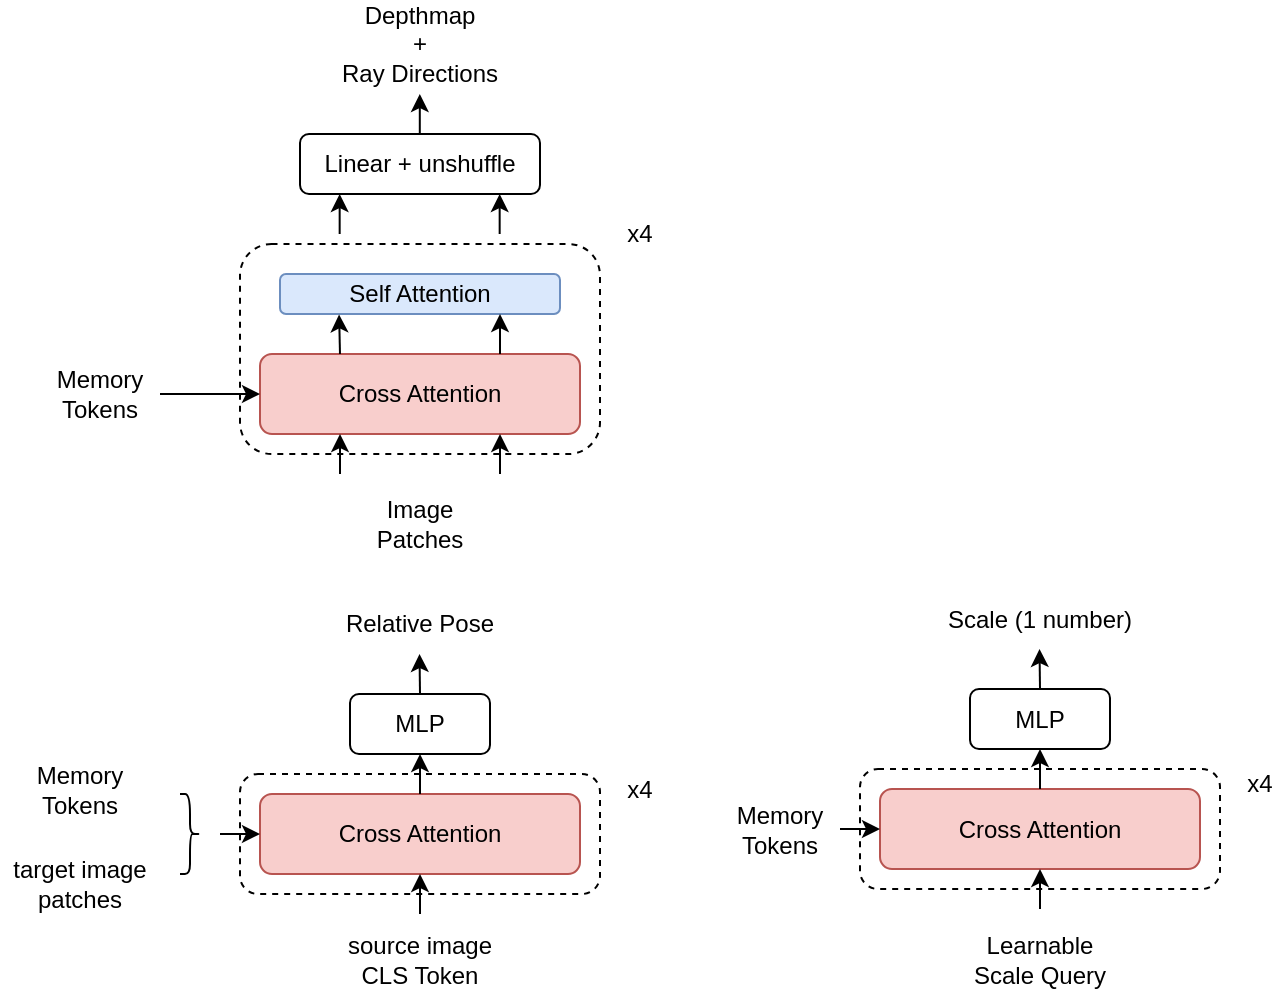
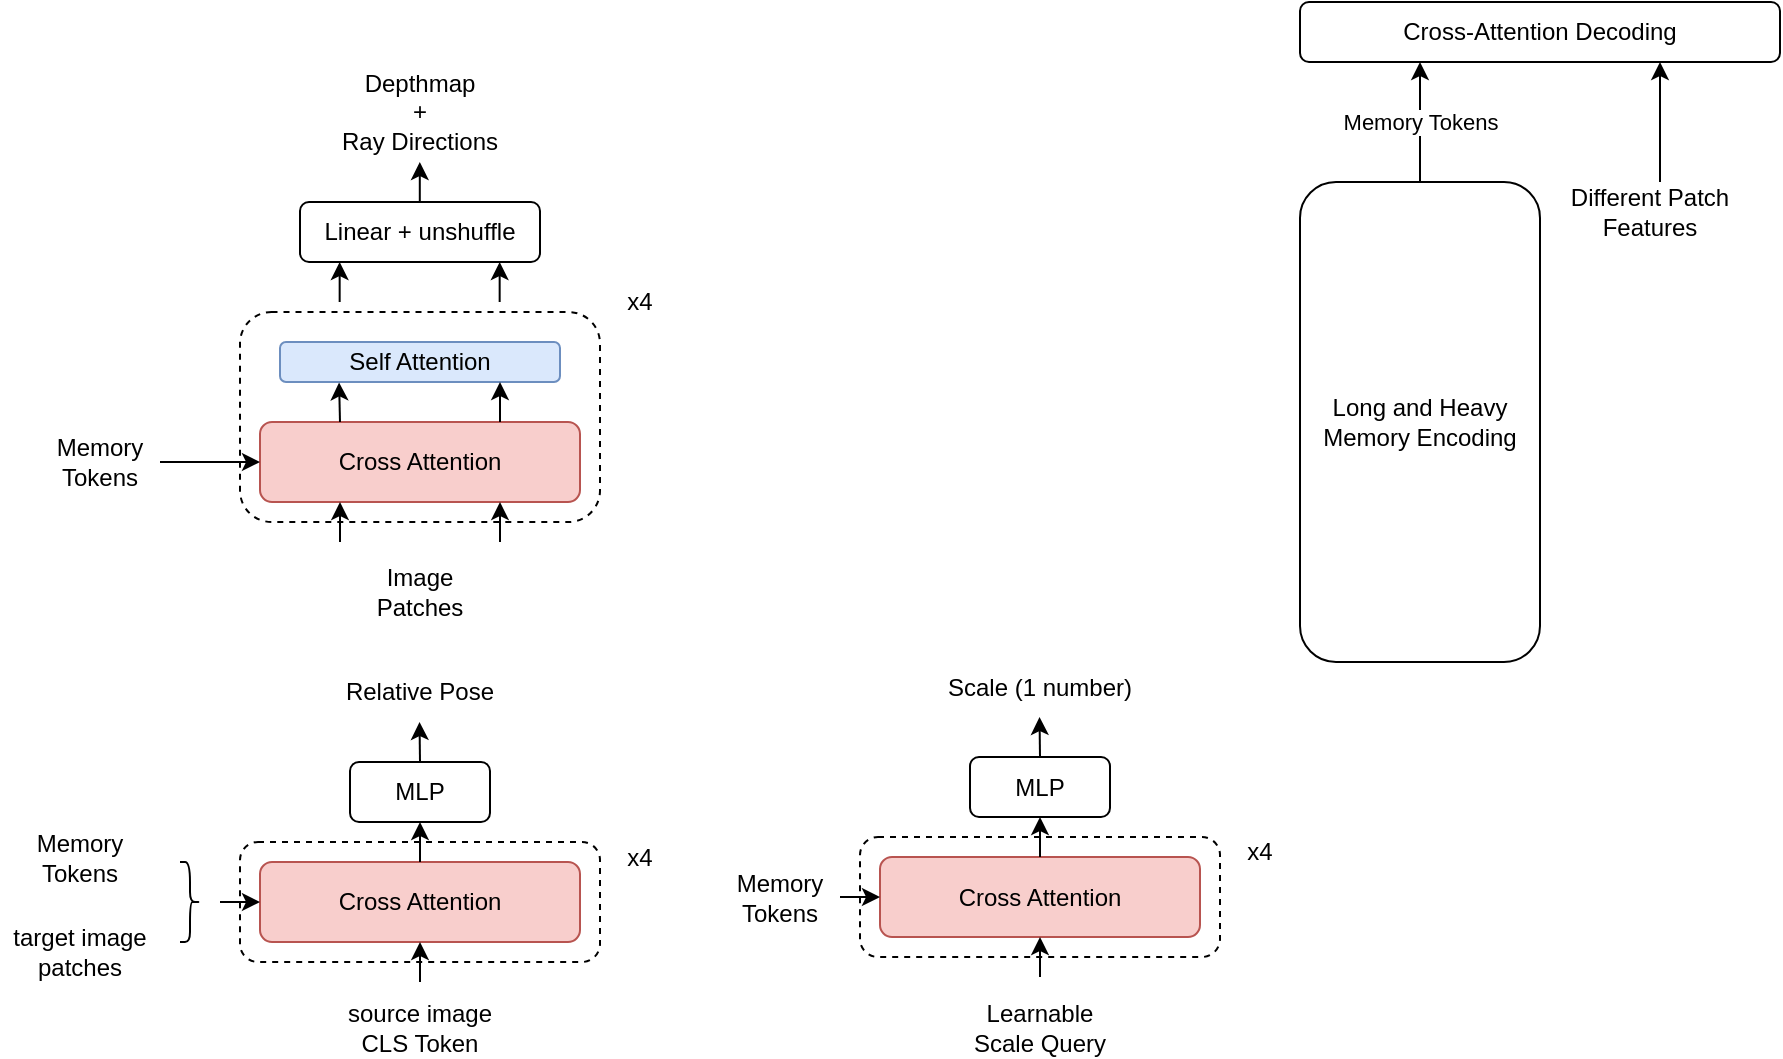
<mxfile host="app.diagrams.net">
  <diagram name="Page-1" id="LQt2_Hfh7H6-ZKKHvrbg">
-     <mxGraphModel dx="2028" dy="685" grid="1" gridSize="10" guides="1" tooltips="1" connect="1" arrows="1" fold="1" page="1" pageScale="1" pageWidth="850" pageHeight="1100" math="0" shadow="0">
+     <mxGraphModel dx="1523" dy="391" grid="1" gridSize="10" guides="1" tooltips="1" connect="1" arrows="1" fold="1" page="1" pageScale="1" pageWidth="850" pageHeight="1100" math="0" shadow="0">
      <root>
        <mxCell id="0" />
        <mxCell id="1" parent="0" />
        <mxCell id="Kup8zPqzDn_rHlbHAEMb-9" parent="1" style="rounded=1;whiteSpace=wrap;html=1;dashed=1;" value="" vertex="1">
          <mxGeometry height="105" width="180" x="30" y="185" as="geometry" />
        </mxCell>
        <mxCell id="Kup8zPqzDn_rHlbHAEMb-1" parent="1" style="text;html=1;whiteSpace=wrap;strokeColor=none;fillColor=none;align=center;verticalAlign=middle;rounded=0;" value="Memory&lt;div&gt;Tokens&lt;/div&gt;" vertex="1">
          <mxGeometry height="30" width="60" x="-70" y="245" as="geometry" />
        </mxCell>
        <mxCell id="Kup8zPqzDn_rHlbHAEMb-2" parent="1" style="rounded=1;whiteSpace=wrap;html=1;fillColor=#f8cecc;strokeColor=#b85450;" value="Cross Attention" vertex="1">
          <mxGeometry height="40" width="160" x="40" y="240" as="geometry" />
        </mxCell>
        <mxCell id="Kup8zPqzDn_rHlbHAEMb-3" parent="1" style="rounded=1;whiteSpace=wrap;html=1;fillColor=#dae8fc;strokeColor=#6c8ebf;" value="Self Attention" vertex="1">
          <mxGeometry height="20" width="140" x="50" y="200" as="geometry" />
        </mxCell>
        <mxCell id="Kup8zPqzDn_rHlbHAEMb-4" edge="1" parent="1" source="Kup8zPqzDn_rHlbHAEMb-1" style="endArrow=classic;html=1;rounded=0;exitX=1;exitY=0.5;exitDx=0;exitDy=0;entryX=0;entryY=0.5;entryDx=0;entryDy=0;" target="Kup8zPqzDn_rHlbHAEMb-2" value="">
          <mxGeometry height="50" relative="1" width="50" as="geometry">
            <mxPoint x="-30" y="350" as="sourcePoint" />
            <mxPoint x="20" y="300" as="targetPoint" />
          </mxGeometry>
        </mxCell>
        <mxCell id="Kup8zPqzDn_rHlbHAEMb-5" edge="1" parent="1" source="Kup8zPqzDn_rHlbHAEMb-2" style="endArrow=classic;html=1;rounded=0;exitX=0.25;exitY=0;exitDx=0;exitDy=0;entryX=0.211;entryY=1.01;entryDx=0;entryDy=0;entryPerimeter=0;" target="Kup8zPqzDn_rHlbHAEMb-3" value="">
          <mxGeometry height="50" relative="1" width="50" as="geometry">
            <mxPoint x="80" y="350" as="sourcePoint" />
            <mxPoint x="130" y="300" as="targetPoint" />
          </mxGeometry>
        </mxCell>
        <mxCell id="Kup8zPqzDn_rHlbHAEMb-6" edge="1" parent="1" style="endArrow=classic;html=1;rounded=0;exitX=0.25;exitY=0;exitDx=0;exitDy=0;entryX=0.211;entryY=1.01;entryDx=0;entryDy=0;entryPerimeter=0;" value="">
          <mxGeometry height="50" relative="1" width="50" as="geometry">
            <mxPoint x="160" y="240" as="sourcePoint" />
            <mxPoint x="160" y="220" as="targetPoint" />
          </mxGeometry>
        </mxCell>
        <mxCell id="Kup8zPqzDn_rHlbHAEMb-7" edge="1" parent="1" style="endArrow=classic;html=1;rounded=0;entryX=0.25;entryY=1;entryDx=0;entryDy=0;" target="Kup8zPqzDn_rHlbHAEMb-2" value="">
          <mxGeometry height="50" relative="1" width="50" as="geometry">
            <mxPoint x="80" y="300" as="sourcePoint" />
            <mxPoint x="90" y="300" as="targetPoint" />
          </mxGeometry>
        </mxCell>
        <mxCell id="Kup8zPqzDn_rHlbHAEMb-8" edge="1" parent="1" style="endArrow=classic;html=1;rounded=0;entryX=0.25;entryY=1;entryDx=0;entryDy=0;" value="">
          <mxGeometry height="50" relative="1" width="50" as="geometry">
            <mxPoint x="160" y="300" as="sourcePoint" />
            <mxPoint x="160" y="280" as="targetPoint" />
          </mxGeometry>
        </mxCell>
        <mxCell id="Kup8zPqzDn_rHlbHAEMb-10" parent="1" style="text;html=1;whiteSpace=wrap;strokeColor=none;fillColor=none;align=center;verticalAlign=middle;rounded=0;" value="Image Patches" vertex="1">
          <mxGeometry height="30" width="60" x="90" y="310" as="geometry" />
        </mxCell>
        <mxCell id="Kup8zPqzDn_rHlbHAEMb-11" parent="1" style="text;html=1;whiteSpace=wrap;strokeColor=none;fillColor=none;align=center;verticalAlign=middle;rounded=0;" value="x4" vertex="1">
          <mxGeometry height="20" width="20" x="220" y="170" as="geometry" />
        </mxCell>
        <mxCell id="Kup8zPqzDn_rHlbHAEMb-12" edge="1" parent="1" style="endArrow=classic;html=1;rounded=0;entryX=0.25;entryY=1;entryDx=0;entryDy=0;" value="">
          <mxGeometry height="50" relative="1" width="50" as="geometry">
            <mxPoint x="79.82999999999998" y="180" as="sourcePoint" />
            <mxPoint x="79.82999999999998" y="160" as="targetPoint" />
          </mxGeometry>
        </mxCell>
        <mxCell id="Kup8zPqzDn_rHlbHAEMb-13" edge="1" parent="1" style="endArrow=classic;html=1;rounded=0;entryX=0.25;entryY=1;entryDx=0;entryDy=0;" value="">
          <mxGeometry height="50" relative="1" width="50" as="geometry">
            <mxPoint x="159.82999999999998" y="180" as="sourcePoint" />
            <mxPoint x="159.82999999999998" y="160" as="targetPoint" />
          </mxGeometry>
        </mxCell>
        <mxCell id="Kup8zPqzDn_rHlbHAEMb-14" parent="1" style="text;html=1;whiteSpace=wrap;strokeColor=none;fillColor=none;align=center;verticalAlign=middle;rounded=0;" value="Depthmap&lt;div&gt;+&lt;/div&gt;&lt;div&gt;Ray Directions&lt;/div&gt;" vertex="1">
          <mxGeometry height="30" width="100" x="70" y="70" as="geometry" />
        </mxCell>
        <mxCell id="Kup8zPqzDn_rHlbHAEMb-16" parent="1" style="rounded=1;whiteSpace=wrap;html=1;dashed=1;" value="" vertex="1">
          <mxGeometry height="60" width="180" x="30" y="450" as="geometry" />
        </mxCell>
        <mxCell id="Kup8zPqzDn_rHlbHAEMb-17" parent="1" style="rounded=1;whiteSpace=wrap;html=1;fillColor=#f8cecc;strokeColor=#b85450;" value="Cross Attention" vertex="1">
          <mxGeometry height="40" width="160" x="40" y="460" as="geometry" />
        </mxCell>
        <mxCell id="Kup8zPqzDn_rHlbHAEMb-19" edge="1" parent="1" style="endArrow=classic;html=1;rounded=0;entryX=0;entryY=0.5;entryDx=0;entryDy=0;" target="Kup8zPqzDn_rHlbHAEMb-17" value="">
          <mxGeometry height="50" relative="1" width="50" as="geometry">
            <mxPoint x="20" y="480" as="sourcePoint" />
            <mxPoint x="20" y="520" as="targetPoint" />
          </mxGeometry>
        </mxCell>
        <mxCell id="Kup8zPqzDn_rHlbHAEMb-20" edge="1" parent="1" source="Kup8zPqzDn_rHlbHAEMb-17" style="endArrow=classic;html=1;rounded=0;exitX=0.5;exitY=0;exitDx=0;exitDy=0;entryX=0.5;entryY=1;entryDx=0;entryDy=0;" target="Kup8zPqzDn_rHlbHAEMb-31" value="">
          <mxGeometry height="50" relative="1" width="50" as="geometry">
            <mxPoint x="120" y="460" as="sourcePoint" />
            <mxPoint x="119.53999999999996" y="440.20000000000005" as="targetPoint" />
          </mxGeometry>
        </mxCell>
        <mxCell id="Kup8zPqzDn_rHlbHAEMb-22" edge="1" parent="1" style="endArrow=classic;html=1;rounded=0;entryX=0.25;entryY=1;entryDx=0;entryDy=0;" value="">
          <mxGeometry height="50" relative="1" width="50" as="geometry">
            <mxPoint x="120" y="520" as="sourcePoint" />
            <mxPoint x="120" y="500" as="targetPoint" />
          </mxGeometry>
        </mxCell>
        <mxCell id="Kup8zPqzDn_rHlbHAEMb-24" parent="1" style="text;html=1;whiteSpace=wrap;strokeColor=none;fillColor=none;align=center;verticalAlign=middle;rounded=0;" value="source image CLS Token" vertex="1">
          <mxGeometry height="30" width="100" x="70" y="527.5" as="geometry" />
        </mxCell>
        <mxCell id="Kup8zPqzDn_rHlbHAEMb-25" parent="1" style="text;html=1;whiteSpace=wrap;strokeColor=none;fillColor=none;align=center;verticalAlign=middle;rounded=0;" value="x4" vertex="1">
          <mxGeometry height="20" width="20" x="220" y="447.5" as="geometry" />
        </mxCell>
        <mxCell id="Kup8zPqzDn_rHlbHAEMb-28" parent="1" style="text;html=1;whiteSpace=wrap;strokeColor=none;fillColor=none;align=center;verticalAlign=middle;rounded=0;" value="Relative Pose" vertex="1">
          <mxGeometry height="30" width="100" x="70" y="360" as="geometry" />
        </mxCell>
        <mxCell id="Kup8zPqzDn_rHlbHAEMb-29" parent="1" style="text;html=1;whiteSpace=wrap;strokeColor=none;fillColor=none;align=center;verticalAlign=middle;rounded=0;" value="Memory&lt;div&gt;Tokens&lt;/div&gt;" vertex="1">
          <mxGeometry height="30" width="80" x="-90" y="442.5" as="geometry" />
        </mxCell>
        <mxCell id="Kup8zPqzDn_rHlbHAEMb-31" parent="1" style="rounded=1;whiteSpace=wrap;html=1;" value="MLP" vertex="1">
          <mxGeometry height="30" width="70" x="85" y="410" as="geometry" />
        </mxCell>
        <mxCell id="Kup8zPqzDn_rHlbHAEMb-33" edge="1" parent="1" source="Kup8zPqzDn_rHlbHAEMb-31" style="endArrow=classic;html=1;rounded=0;exitX=0.5;exitY=0;exitDx=0;exitDy=0;entryX=0.211;entryY=1.01;entryDx=0;entryDy=0;entryPerimeter=0;" value="">
          <mxGeometry height="50" relative="1" width="50" as="geometry">
            <mxPoint x="120.22000000000003" y="409.79999999999995" as="sourcePoint" />
            <mxPoint x="119.75999999999999" y="390" as="targetPoint" />
          </mxGeometry>
        </mxCell>
        <mxCell id="Kup8zPqzDn_rHlbHAEMb-34" parent="1" style="rounded=1;whiteSpace=wrap;html=1;dashed=1;" value="" vertex="1">
          <mxGeometry height="60" width="180" x="340" y="447.5" as="geometry" />
        </mxCell>
        <mxCell id="Kup8zPqzDn_rHlbHAEMb-35" parent="1" style="rounded=1;whiteSpace=wrap;html=1;fillColor=#f8cecc;strokeColor=#b85450;" value="Cross Attention" vertex="1">
          <mxGeometry height="40" width="160" x="350" y="457.5" as="geometry" />
        </mxCell>
        <mxCell id="Kup8zPqzDn_rHlbHAEMb-36" edge="1" parent="1" style="endArrow=classic;html=1;rounded=0;entryX=0;entryY=0.5;entryDx=0;entryDy=0;" target="Kup8zPqzDn_rHlbHAEMb-35" value="">
          <mxGeometry height="50" relative="1" width="50" as="geometry">
            <mxPoint x="330" y="477.5" as="sourcePoint" />
            <mxPoint x="330" y="517.5" as="targetPoint" />
          </mxGeometry>
        </mxCell>
        <mxCell id="Kup8zPqzDn_rHlbHAEMb-37" edge="1" parent="1" source="Kup8zPqzDn_rHlbHAEMb-35" style="endArrow=classic;html=1;rounded=0;exitX=0.5;exitY=0;exitDx=0;exitDy=0;entryX=0.5;entryY=1;entryDx=0;entryDy=0;" target="Kup8zPqzDn_rHlbHAEMb-43" value="">
          <mxGeometry height="50" relative="1" width="50" as="geometry">
            <mxPoint x="430" y="457.5" as="sourcePoint" />
            <mxPoint x="429.53999999999996" y="437.70000000000005" as="targetPoint" />
          </mxGeometry>
        </mxCell>
        <mxCell id="Kup8zPqzDn_rHlbHAEMb-38" edge="1" parent="1" style="endArrow=classic;html=1;rounded=0;entryX=0.25;entryY=1;entryDx=0;entryDy=0;" value="">
          <mxGeometry height="50" relative="1" width="50" as="geometry">
            <mxPoint x="430" y="517.5" as="sourcePoint" />
            <mxPoint x="430" y="497.5" as="targetPoint" />
          </mxGeometry>
        </mxCell>
        <mxCell id="Kup8zPqzDn_rHlbHAEMb-39" parent="1" style="text;html=1;whiteSpace=wrap;strokeColor=none;fillColor=none;align=center;verticalAlign=middle;rounded=0;" value="Learnable&lt;div&gt;Scale Query&lt;/div&gt;" vertex="1">
          <mxGeometry height="30" width="90" x="385" y="527.5" as="geometry" />
        </mxCell>
        <mxCell id="Kup8zPqzDn_rHlbHAEMb-40" parent="1" style="text;html=1;whiteSpace=wrap;strokeColor=none;fillColor=none;align=center;verticalAlign=middle;rounded=0;" value="x4" vertex="1">
          <mxGeometry height="20" width="20" x="530" y="445" as="geometry" />
        </mxCell>
        <mxCell id="Kup8zPqzDn_rHlbHAEMb-41" parent="1" style="text;html=1;whiteSpace=wrap;strokeColor=none;fillColor=none;align=center;verticalAlign=middle;rounded=0;" value="Scale (1 number)" vertex="1">
          <mxGeometry height="30" width="100" x="380" y="357.5" as="geometry" />
        </mxCell>
        <mxCell id="Kup8zPqzDn_rHlbHAEMb-42" parent="1" style="text;html=1;whiteSpace=wrap;strokeColor=none;fillColor=none;align=center;verticalAlign=middle;rounded=0;" value="Memory&lt;div&gt;Tokens&lt;/div&gt;" vertex="1">
          <mxGeometry height="30" width="60" x="270" y="462.5" as="geometry" />
        </mxCell>
        <mxCell id="Kup8zPqzDn_rHlbHAEMb-43" parent="1" style="rounded=1;whiteSpace=wrap;html=1;" value="MLP" vertex="1">
          <mxGeometry height="30" width="70" x="395" y="407.5" as="geometry" />
        </mxCell>
        <mxCell id="Kup8zPqzDn_rHlbHAEMb-44" edge="1" parent="1" source="Kup8zPqzDn_rHlbHAEMb-43" style="endArrow=classic;html=1;rounded=0;exitX=0.5;exitY=0;exitDx=0;exitDy=0;entryX=0.211;entryY=1.01;entryDx=0;entryDy=0;entryPerimeter=0;" value="">
          <mxGeometry height="50" relative="1" width="50" as="geometry">
            <mxPoint x="430.22" y="407.29999999999995" as="sourcePoint" />
            <mxPoint x="429.76" y="387.5" as="targetPoint" />
          </mxGeometry>
        </mxCell>
        <mxCell id="Kup8zPqzDn_rHlbHAEMb-46" parent="1" style="rounded=1;whiteSpace=wrap;html=1;" value="Linear + unshuffle" vertex="1">
          <mxGeometry height="30" width="120" x="60" y="130" as="geometry" />
        </mxCell>
        <mxCell id="Kup8zPqzDn_rHlbHAEMb-47" edge="1" parent="1" style="endArrow=classic;html=1;rounded=0;entryX=0.25;entryY=1;entryDx=0;entryDy=0;" value="">
          <mxGeometry height="50" relative="1" width="50" as="geometry">
            <mxPoint x="119.9" y="130" as="sourcePoint" />
            <mxPoint x="119.9" y="110" as="targetPoint" />
          </mxGeometry>
        </mxCell>
        <mxCell id="Kup8zPqzDn_rHlbHAEMb-48" parent="1" style="text;html=1;whiteSpace=wrap;strokeColor=none;fillColor=none;align=center;verticalAlign=middle;rounded=0;" value="target image patches" vertex="1">
          <mxGeometry height="30" width="80" x="-90" y="490" as="geometry" />
        </mxCell>
        <mxCell id="Kup8zPqzDn_rHlbHAEMb-49" parent="1" style="shape=curlyBracket;whiteSpace=wrap;html=1;rounded=1;flipH=1;labelPosition=right;verticalLabelPosition=middle;align=left;verticalAlign=middle;legacyAnchorPoints=0;" value="" vertex="1">
          <mxGeometry height="40" width="10" y="460" as="geometry" />
        </mxCell>
+         <mxCell id="Kup8zPqzDn_rHlbHAEMb-51" parent="1" style="rounded=1;whiteSpace=wrap;html=1;" value="Long and Heavy&lt;div&gt;Memory Encoding&lt;/div&gt;" vertex="1">
+           <mxGeometry height="240" width="120" x="560" y="120" as="geometry" />
+         </mxCell>
+         <mxCell id="Kup8zPqzDn_rHlbHAEMb-52" parent="1" style="rounded=1;whiteSpace=wrap;html=1;" value="Cross-Attention Decoding" vertex="1">
+           <mxGeometry height="30" width="240" x="560" y="30" as="geometry" />
+         </mxCell>
+         <mxCell id="Kup8zPqzDn_rHlbHAEMb-53" edge="1" parent="1" source="Kup8zPqzDn_rHlbHAEMb-51" style="endArrow=classic;html=1;rounded=0;exitX=0.5;exitY=0;exitDx=0;exitDy=0;entryX=0.25;entryY=1;entryDx=0;entryDy=0;" target="Kup8zPqzDn_rHlbHAEMb-52" value="">
+           <mxGeometry height="50" relative="1" width="50" as="geometry">
+             <mxPoint x="480" y="130" as="sourcePoint" />
+             <mxPoint x="530" y="80" as="targetPoint" />
+           </mxGeometry>
+         </mxCell>
+         <mxCell id="Kup8zPqzDn_rHlbHAEMb-54" connectable="0" parent="Kup8zPqzDn_rHlbHAEMb-53" style="edgeLabel;html=1;align=center;verticalAlign=middle;resizable=0;points=[];" value="Memory Tokens" vertex="1">
+           <mxGeometry relative="1" as="geometry">
+             <mxPoint as="offset" />
+           </mxGeometry>
+         </mxCell>
+         <mxCell id="Kup8zPqzDn_rHlbHAEMb-55" edge="1" parent="1" style="endArrow=classic;html=1;rounded=0;entryX=0.75;entryY=1;entryDx=0;entryDy=0;" target="Kup8zPqzDn_rHlbHAEMb-52" value="">
+           <mxGeometry height="50" relative="1" width="50" as="geometry">
+             <mxPoint x="740" y="120" as="sourcePoint" />
+             <mxPoint x="780" y="120" as="targetPoint" />
+           </mxGeometry>
+         </mxCell>
+         <mxCell id="Kup8zPqzDn_rHlbHAEMb-56" parent="1" style="text;html=1;whiteSpace=wrap;strokeColor=none;fillColor=none;align=center;verticalAlign=middle;rounded=0;" value="Different Patch Features" vertex="1">
+           <mxGeometry height="30" width="90" x="690" y="120" as="geometry" />
+         </mxCell>
      </root>
    </mxGraphModel>
  </diagram>
</mxfile>
